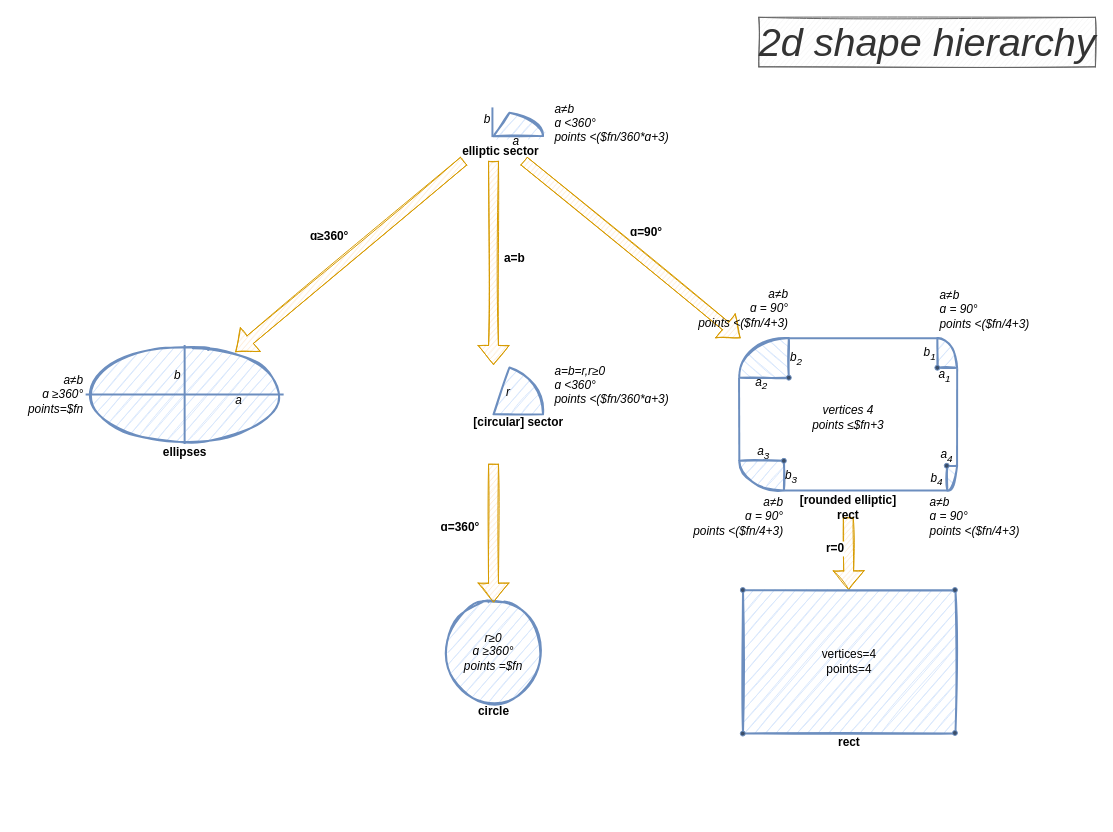
The draw.io diagram page "current hierarchy" (2 of 2) of foundation/docs/2d-shape-hierarchy.drawio in ggabbiani/OFL, before the edit. Source tidied: cells renumbered, new cells numbered last; positions are measured from the earlier drawing's top-left corner, leaving out a move shared by most shapes. Both pictures are drawn from the tidied source at 99%, with x=0, y=0 at pixel (85, 17).
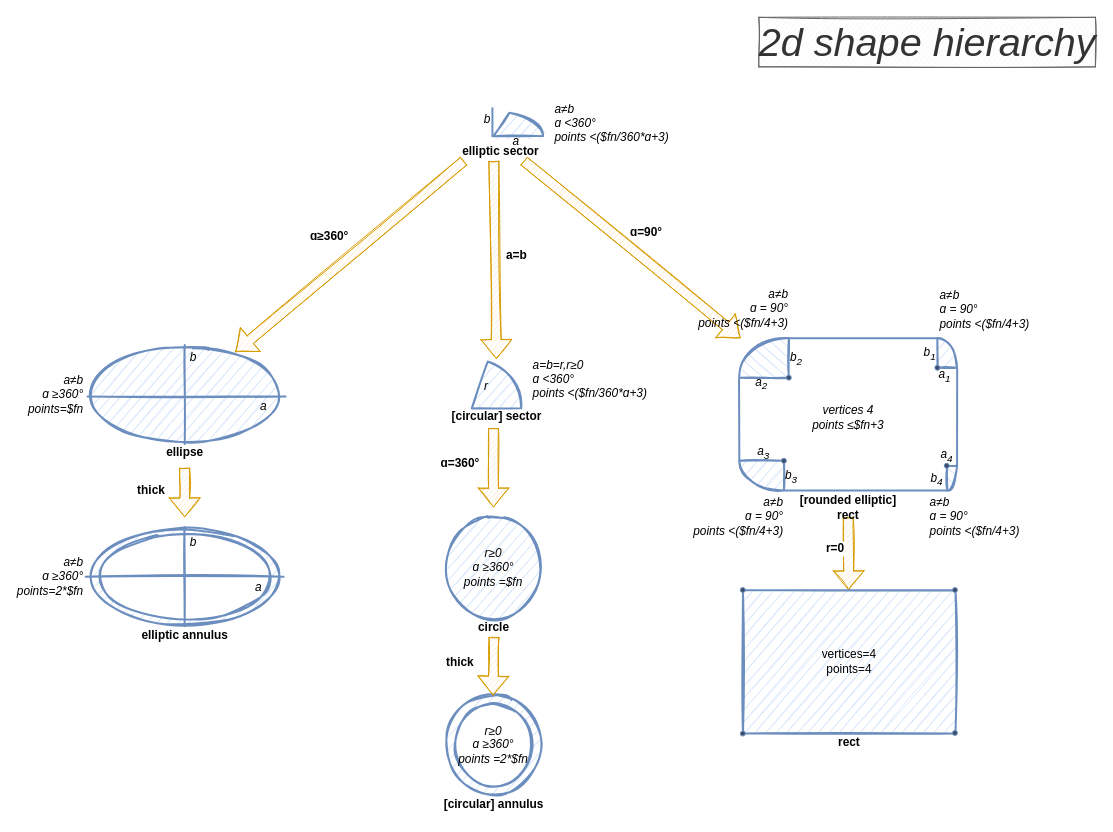
After the change.

Commit message:
Added elliptic and circular annulus shapes

Unchanged cells that the change refers to:
```xml
<object id="4" label="%a_and_b%&#10;ɑ %alpha%&#10;points %points%" a_and_b="a≠b" alpha="&lt;360°" placeholders="1" points="&lt;($fn/360*ɑ+3)">
  <mxCell style="verticalLabelPosition=middle;verticalAlign=middle;shape=mxgraph.basic.pie;fillColor=#dae8fc;strokeColor=#6c8ebf;startAngle=0.05241388737517061;endAngle=0.25;fontSize=12;labelPosition=right;align=left;fontStyle=2;strokeWidth=2;movableLabel=1;sketch=1;fontFamily=Helvetica;" parent="1" vertex="1">
    <mxGeometry x="362" y="95" width="100" height="50" as="geometry">
      <mxPoint x="10" y="-14" as="offset" />
    </mxGeometry>
  </mxCell>
</object>
<mxCell id="11" value="circle" style="text;html=1;strokeColor=none;fillColor=none;align=center;verticalAlign=middle;whiteSpace=wrap;rounded=0;dashed=1;fontSize=12;fontStyle=1;fontFamily=Helvetica;" parent="10" vertex="1">
  <mxGeometry x="-2" y="100" width="105" height="20" as="geometry" />
</mxCell>
<object id="12" label="%a_and_b%&lt;br&gt;ɑ %alpha%&lt;br&gt;points%points%" a_and_b="a≠b" alpha="≥360°" placeholders="1" points="=$fn">
  <mxCell style="ellipse;whiteSpace=wrap;html=1;fontSize=12;verticalAlign=middle;fillColor=#dae8fc;strokeColor=#6c8ebf;labelPosition=left;verticalLabelPosition=middle;align=right;strokeWidth=2;movableLabel=1;noLabel=0;fontStyle=2;sketch=1;fontFamily=Helvetica;" parent="1" vertex="1">
    <mxGeometry y="331" width="200" height="100" as="geometry" />
  </mxCell>
</object>
<mxCell id="30" style="group;fontFamily=Helvetica;" parent="1" vertex="1">
  <mxGeometry x="340" y="284" width="440" height="222" as="geometry" />
</mxCell>
```

What changed in the source:
```diff
@@
-    <mxCell id="3" value="a=b" style="edgeStyle=none;shape=flexArrow;rounded=0;jettySize=auto;html=1;fontSize=12;orthogonal=0;fillColor=#ffe6cc;strokeColor=#d79b00;sketch=1;fontFamily=Helvetica;fontStyle=1;" parent="1" edge="1" source="4" target="25">
-      <mxGeometry x="-0.04" y="21" relative="1" as="geometry" />
+    <mxCell id="3" value="a=b" style="edgeStyle=none;shape=flexArrow;rounded=0;jettySize=auto;html=1;fontSize=12;orthogonal=0;fillColor=#ffe6cc;strokeColor=#d79b00;sketch=1;fontFamily=Helvetica;fontStyle=1;" parent="1" edge="1" source="4">
+      <mxGeometry x="-0.04" y="21" relative="1" as="geometry">
+        <mxPoint x="415" y="345" as="targetPoint" />
+      </mxGeometry>
     </mxCell>
@@
     <object id="10" label="&lt;span style=&quot;text-align: right&quot;&gt;%a_and_b%&lt;/span&gt;&lt;br style=&quot;text-align: right&quot;&gt;&lt;span style=&quot;text-align: right&quot;&gt;ɑ %alpha%&lt;/span&gt;&lt;br style=&quot;text-align: right&quot;&gt;&lt;span style=&quot;text-align: right&quot;&gt;points %points%&lt;/span&gt;" a_and_b="r≥0" alpha="≥360°" placeholders="1" points="=$fn">
       <mxCell style="ellipse;whiteSpace=wrap;html=1;fontSize=12;verticalAlign=middle;fillColor=#dae8fc;strokeColor=#6c8ebf;labelPosition=center;verticalLabelPosition=middle;align=center;strokeWidth=2;fontStyle=2;sketch=1;fontFamily=Helvetica;" parent="1" vertex="1">
-        <mxGeometry x="362" y="591" width="100" height="100" as="geometry" />
+        <mxGeometry x="362" y="506" width="100" height="100" as="geometry" />
       </mxCell>
     </object>
@@
-    <mxCell id="13" value="a" style="text;html=1;strokeColor=none;fillColor=none;align=center;verticalAlign=middle;whiteSpace=wrap;rounded=0;fontStyle=2;fontFamily=Helvetica;" parent="12" vertex="1">
-      <mxGeometry x="150" y="51" width="10" height="10" as="geometry" />
-    </mxCell>
-    <mxCell id="14" value="b" style="text;html=1;strokeColor=none;fillColor=none;align=center;verticalAlign=middle;whiteSpace=wrap;rounded=0;fontStyle=2;fontFamily=Helvetica;" parent="12" vertex="1">
-      <mxGeometry x="88" y="26" width="10" height="10" as="geometry" />
-    </mxCell>
-    <mxCell id="15" value="ellipses" style="text;html=1;strokeColor=none;fillColor=none;align=center;verticalAlign=middle;whiteSpace=wrap;rounded=0;dashed=1;fontSize=12;fontStyle=1;fontFamily=Helvetica;" parent="12" vertex="1">
+    <mxCell id="15" value="ellipse" style="text;html=1;strokeColor=none;fillColor=none;align=center;verticalAlign=middle;whiteSpace=wrap;rounded=0;dashed=1;fontSize=12;fontStyle=1;fontFamily=Helvetica;" parent="12" vertex="1">
       <mxGeometry x="48" y="99" width="105" height="20" as="geometry" />
     </mxCell>
+    <mxCell id="54" value="a" style="text;html=1;strokeColor=none;fillColor=none;align=center;verticalAlign=middle;whiteSpace=wrap;rounded=0;fontStyle=2;fontFamily=Helvetica;" parent="12" vertex="1">
+      <mxGeometry x="175" y="57" width="10" height="10" as="geometry" />
+    </mxCell>
+    <mxCell id="55" value="b" style="text;html=1;strokeColor=none;fillColor=none;align=center;verticalAlign=middle;whiteSpace=wrap;rounded=0;fontStyle=2;fontFamily=Helvetica;" parent="12" vertex="1">
+      <mxGeometry x="104" y="8" width="10" height="10" as="geometry" />
+    </mxCell>
+    <mxCell id="56" style="endArrow=none;html=1;exitX=1;exitY=0.5;exitDx=0;exitDy=0;entryX=0;entryY=0.5;entryDx=0;entryDy=0;startArrow=none;strokeWidth=2;strokeColor=#6C8EBF;fontFamily=Helvetica;sketch=1;" parent="12" edge="1">
+      <mxGeometry relative="1" as="geometry">
+        <mxPoint x="202" y="52" as="sourcePoint" />
+        <mxPoint x="2" y="52" as="targetPoint" />
+      </mxGeometry>
+    </mxCell>
+    <mxCell id="57" style="endArrow=none;html=1;exitX=0.5;exitY=0;exitDx=0;exitDy=0;entryX=0.5;entryY=1;entryDx=0;entryDy=0;strokeWidth=2;strokeColor=#6C8EBF;fontFamily=Helvetica;sketch=1;" parent="12" edge="1">
+      <mxGeometry relative="1" as="geometry">
+        <mxPoint x="100.1" as="sourcePoint" />
+        <mxPoint x="100.1" y="100" as="targetPoint" />
+      </mxGeometry>
+    </mxCell>
@@
-    <mxCell id="23" style="endArrow=none;html=1;exitX=1;exitY=0.5;exitDx=0;exitDy=0;entryX=0;entryY=0.5;entryDx=0;entryDy=0;startArrow=none;strokeWidth=2;strokeColor=#6C8EBF;fontFamily=Helvetica;" parent="1" edge="1" source="12" target="12">
-      <mxGeometry relative="1" as="geometry" />
-    </mxCell>
-    <mxCell id="24" style="endArrow=none;html=1;exitX=0.5;exitY=0;exitDx=0;exitDy=0;entryX=0.5;entryY=1;entryDx=0;entryDy=0;strokeWidth=2;strokeColor=#6C8EBF;fontFamily=Helvetica;" parent="1" edge="1" source="12" target="12">
-      <mxGeometry relative="1" as="geometry" />
-    </mxCell>
-    <object id="25" label="%a_and_b%&#10;ɑ %alpha%&#10;points %points%" a_and_b="a=b=r,r≥0" alpha="&lt;360°" placeholders="1" points="&lt;($fn/360*ɑ+3)">
-      <mxCell style="verticalLabelPosition=middle;verticalAlign=middle;shape=mxgraph.basic.pie;fillColor=#dae8fc;strokeColor=#6c8ebf;startAngle=0.05241388737517061;endAngle=0.25;fontSize=12;labelPosition=right;align=left;fontStyle=2;strokeWidth=2;movableLabel=1;sketch=1;fontFamily=Helvetica;" parent="1" vertex="1">
-        <mxGeometry x="362" y="351" width="100" height="100" as="geometry">
-          <mxPoint x="10" y="-30" as="offset" />
-        </mxGeometry>
-      </mxCell>
-    </object>
-    <mxCell id="26" value="r" style="text;html=1;strokeColor=none;fillColor=none;align=center;verticalAlign=middle;whiteSpace=wrap;rounded=0;fontStyle=2;fontFamily=Helvetica;" parent="25" vertex="1">
-      <mxGeometry x="60" y="23" width="10" height="10" as="geometry" />
-    </mxCell>
-    <mxCell id="27" value="[circular] sector" style="text;html=1;strokeColor=none;fillColor=none;align=center;verticalAlign=middle;whiteSpace=wrap;rounded=0;dashed=1;fontSize=12;fontStyle=1;fontFamily=Helvetica;" parent="25" vertex="1">
-      <mxGeometry x="23" y="48" width="105" height="20" as="geometry" />
-    </mxCell>
@@
+    <object id="25" label="%a_and_b%&#10;ɑ %alpha%&#10;points %points%" a_and_b="a=b=r,r≥0" alpha="&lt;360°" placeholders="1" points="&lt;($fn/360*ɑ+3)">
+      <mxCell style="verticalLabelPosition=middle;verticalAlign=middle;shape=mxgraph.basic.pie;fillColor=#dae8fc;strokeColor=#6c8ebf;startAngle=0.05241388737517061;endAngle=0.25;fontSize=12;labelPosition=right;align=left;fontStyle=2;strokeWidth=2;movableLabel=1;sketch=1;fontFamily=Helvetica;" parent="30" vertex="1">
+        <mxGeometry y="61" width="100" height="100" as="geometry">
+          <mxPoint x="10" y="-30" as="offset" />
+        </mxGeometry>
+      </mxCell>
+    </object>
+    <mxCell id="26" value="r" style="text;html=1;strokeColor=none;fillColor=none;align=center;verticalAlign=middle;whiteSpace=wrap;rounded=0;fontStyle=2;fontFamily=Helvetica;" parent="25" vertex="1">
+      <mxGeometry x="60" y="23" width="10" height="10" as="geometry" />
+    </mxCell>
+    <mxCell id="27" value="[circular] sector" style="text;html=1;strokeColor=none;fillColor=none;align=center;verticalAlign=middle;whiteSpace=wrap;rounded=0;dashed=1;fontSize=12;fontStyle=1;fontFamily=Helvetica;" parent="25" vertex="1">
+      <mxGeometry x="23" y="48" width="105" height="20" as="geometry" />
+    </mxCell>
-    <mxCell id="53" value="ɑ=360°" style="edgeStyle=none;shape=flexArrow;rounded=0;jettySize=auto;html=1;fontSize=12;fillColor=#ffe6cc;strokeColor=#d79b00;sketch=1;fontFamily=Helvetica;fontStyle=1;" parent="1" edge="1" source="25" target="10">
-      <mxGeometry x="-0.09" y="-34" relative="1" as="geometry" />
+    <mxCell id="53" value="ɑ=360°" style="edgeStyle=none;shape=flexArrow;rounded=0;orthogonalLoop=1;jettySize=auto;html=1;fontSize=12;fillColor=#ffe6cc;strokeColor=#d79b00;sketch=1;fontFamily=Helvetica;fontStyle=1;" parent="1" edge="1">
+      <mxGeometry x="-0.09" y="-34" relative="1" as="geometry">
+        <mxPoint x="412" y="415" as="sourcePoint" />
+        <mxPoint x="412" y="495" as="targetPoint" />
+      </mxGeometry>
     </mxCell>
+    <object id="58" label="%a_and_b%&lt;br&gt;ɑ %alpha%&lt;br&gt;points%points%" a_and_b="a≠b" alpha="≥360°" placeholders="1" points="=2*$fn">
+      <mxCell style="ellipse;whiteSpace=wrap;html=1;fontSize=12;verticalAlign=middle;fillColor=#dae8fc;strokeColor=#6c8ebf;labelPosition=left;verticalLabelPosition=middle;align=right;strokeWidth=2;movableLabel=1;noLabel=0;fontStyle=2;sketch=1;fontFamily=Helvetica;" parent="1" vertex="1">
+        <mxGeometry y="515" width="200" height="100" as="geometry" />
+      </mxCell>
+    </object>
+    <mxCell id="59" value="elliptic annulus" style="text;html=1;strokeColor=none;fillColor=none;align=center;verticalAlign=middle;whiteSpace=wrap;rounded=0;dashed=1;fontSize=12;fontStyle=1;fontFamily=Helvetica;" parent="58" vertex="1">
+      <mxGeometry x="48" y="99" width="105" height="20" as="geometry" />
+    </mxCell>
+    <mxCell id="60" style="ellipse;whiteSpace=wrap;html=1;fontSize=12;verticalAlign=middle;strokeColor=#6c8ebf;labelPosition=left;verticalLabelPosition=middle;align=right;strokeWidth=2;movableLabel=1;noLabel=0;fontStyle=2;sketch=1;fontFamily=Helvetica;fillColor=#FFFFFF;" parent="58" vertex="1">
+      <mxGeometry x="10.5" y="5" width="180" height="90" as="geometry" />
+    </mxCell>
+    <mxCell id="61" value="a" style="text;html=1;strokeColor=none;fillColor=none;align=center;verticalAlign=middle;whiteSpace=wrap;rounded=0;fontStyle=2;fontFamily=Helvetica;" parent="60" vertex="1">
+      <mxGeometry x="159.5" y="51" width="10" height="10" as="geometry" />
+    </mxCell>
+    <mxCell id="62" value="b" style="text;html=1;strokeColor=none;fillColor=none;align=center;verticalAlign=middle;whiteSpace=wrap;rounded=0;fontStyle=2;fontFamily=Helvetica;" parent="60" vertex="1">
+      <mxGeometry x="93.5" y="6" width="10" height="10" as="geometry" />
+    </mxCell>
+    <mxCell id="63" style="endArrow=none;html=1;exitX=1;exitY=0.5;exitDx=0;exitDy=0;entryX=0;entryY=0.5;entryDx=0;entryDy=0;startArrow=none;strokeWidth=2;strokeColor=#6C8EBF;fontFamily=Helvetica;sketch=1;" parent="1" edge="1">
+      <mxGeometry relative="1" as="geometry">
+        <mxPoint x="200" y="565" as="sourcePoint" />
+        <mxPoint y="565" as="targetPoint" />
+      </mxGeometry>
+    </mxCell>
+    <mxCell id="64" style="endArrow=none;html=1;exitX=0.5;exitY=0;exitDx=0;exitDy=0;entryX=0.5;entryY=1;entryDx=0;entryDy=0;strokeWidth=2;strokeColor=#6C8EBF;fontFamily=Helvetica;sketch=1;" parent="1" edge="1">
+      <mxGeometry relative="1" as="geometry">
+        <mxPoint x="100" y="515" as="sourcePoint" />
+        <mxPoint x="100" y="615" as="targetPoint" />
+      </mxGeometry>
+    </mxCell>
+    <mxCell id="65" value="thick" style="edgeStyle=none;shape=flexArrow;rounded=0;orthogonalLoop=1;jettySize=auto;html=1;fontSize=12;fillColor=#ffe6cc;strokeColor=#d79b00;sketch=1;fontFamily=Helvetica;fontStyle=1;" parent="1" edge="1">
+      <mxGeometry x="-0.09" y="-34" relative="1" as="geometry">
+        <mxPoint x="100" y="455" as="sourcePoint" />
+        <mxPoint x="100" y="505" as="targetPoint" />
+      </mxGeometry>
+    </mxCell>
+    <mxCell id="66" style="ellipse;whiteSpace=wrap;html=1;fontSize=12;verticalAlign=middle;fillColor=#dae8fc;strokeColor=#6c8ebf;labelPosition=center;verticalLabelPosition=middle;align=center;strokeWidth=2;fontStyle=2;sketch=1;fontFamily=Helvetica;" parent="1" vertex="1">
+      <mxGeometry x="362" y="685" width="100" height="100" as="geometry" />
+    </mxCell>
+    <mxCell id="67" value="[circular] annulus" style="text;html=1;strokeColor=none;fillColor=none;align=center;verticalAlign=middle;whiteSpace=wrap;rounded=0;dashed=1;fontSize=12;fontStyle=1;fontFamily=Helvetica;" parent="66" vertex="1">
+      <mxGeometry x="-2" y="100" width="105" height="20" as="geometry" />
+    </mxCell>
+    <object id="68" label="&lt;span style=&quot;text-align: right&quot;&gt;%a_and_b%&lt;/span&gt;&lt;br style=&quot;text-align: right&quot;&gt;&lt;span style=&quot;text-align: right&quot;&gt;ɑ %alpha%&lt;/span&gt;&lt;br style=&quot;text-align: right&quot;&gt;&lt;span style=&quot;text-align: right&quot;&gt;points %points%&lt;/span&gt;" a_and_b="r≥0" alpha="≥360°" placeholders="1" points="=2*$fn">
+      <mxCell style="ellipse;whiteSpace=wrap;html=1;fontSize=12;verticalAlign=middle;strokeColor=#6c8ebf;labelPosition=center;verticalLabelPosition=middle;align=center;strokeWidth=2;fontStyle=2;sketch=1;fontFamily=Helvetica;fillColor=#FFFFFF;" parent="66" vertex="1">
+        <mxGeometry x="10" y="10" width="80" height="80" as="geometry" />
+      </mxCell>
+    </object>
+    <mxCell id="69" value="thick" style="edgeStyle=none;shape=flexArrow;rounded=0;jettySize=auto;html=1;fontSize=12;fillColor=#ffe6cc;strokeColor=#d79b00;sketch=1;fontFamily=Helvetica;fontStyle=1;exitX=0.5;exitY=1;exitDx=0;exitDy=0;" parent="1" edge="1" source="11">
+      <mxGeometry x="-0.09" y="-34" relative="1" as="geometry">
+        <mxPoint x="411.6" y="685" as="targetPoint" />
+      </mxGeometry>
+    </mxCell>
```
